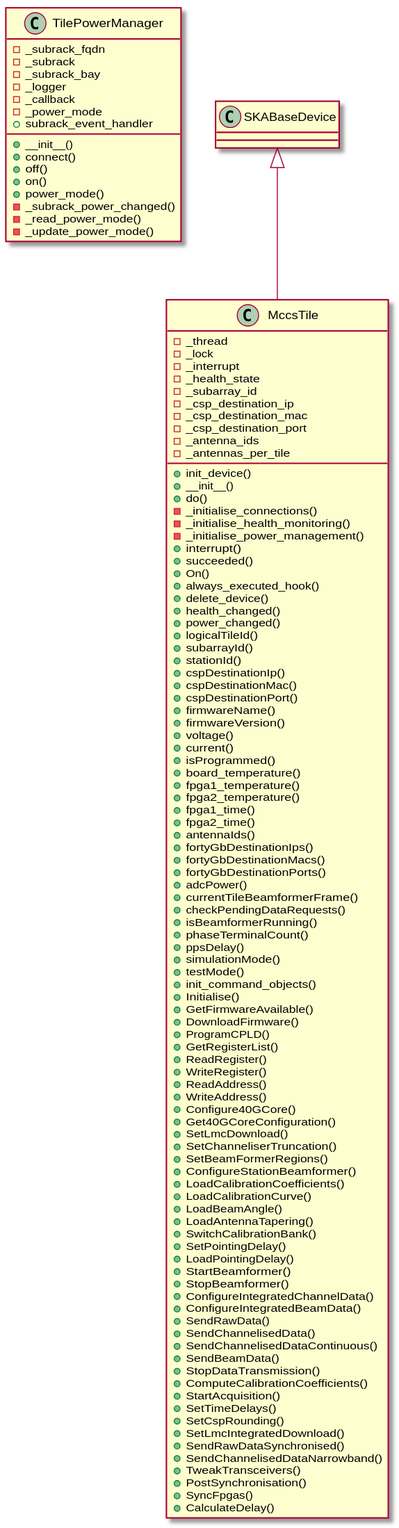
This is docs/source/api/tile_device_class_diagram.svg from ska-telescope/ska-low-mccs-spshw, a PlantUML export, as it was before one commit. Source of this version:
```plantuml
@startuml
class TilePowerManager
TilePowerManager : +__init__()
TilePowerManager : +connect()
TilePowerManager : +off()
TilePowerManager : +on()
TilePowerManager : +power_mode()
TilePowerManager : -_subrack_power_changed()
TilePowerManager : -_read_power_mode()
TilePowerManager : -_update_power_mode()
class MccsTile
MccsTile : +init_device()
MccsTile : +__init__()
MccsTile : +do()
MccsTile : -_initialise_connections()
MccsTile : -_initialise_health_monitoring()
MccsTile : -_initialise_power_management()
MccsTile : +interrupt()
MccsTile : +succeeded()
MccsTile : +On()
MccsTile : +always_executed_hook()
MccsTile : +delete_device()
MccsTile : +health_changed()
MccsTile : +power_changed()
MccsTile : +logicalTileId()
MccsTile : +subarrayId()
MccsTile : +stationId()
MccsTile : +cspDestinationIp()
MccsTile : +cspDestinationMac()
MccsTile : +cspDestinationPort()
MccsTile : +firmwareName()
MccsTile : +firmwareVersion()
MccsTile : +voltage()
MccsTile : +current()
MccsTile : +isProgrammed()
MccsTile : +board_temperature()
MccsTile : +fpga1_temperature()
MccsTile : +fpga2_temperature()
MccsTile : +fpga1_time()
MccsTile : +fpga2_time()
MccsTile : +antennaIds()
MccsTile : +fortyGbDestinationIps()
MccsTile : +fortyGbDestinationMacs()
MccsTile : +fortyGbDestinationPorts()
MccsTile : +adcPower()
MccsTile : +currentTileBeamformerFrame()
MccsTile : +checkPendingDataRequests()
MccsTile : +isBeamformerRunning()
MccsTile : +phaseTerminalCount()
MccsTile : +ppsDelay()
MccsTile : +simulationMode()
MccsTile : +testMode()
MccsTile : +init_command_objects()
MccsTile : +Initialise()
MccsTile : +GetFirmwareAvailable()
MccsTile : +DownloadFirmware()
MccsTile : +ProgramCPLD()
MccsTile : +GetRegisterList()
MccsTile : +ReadRegister()
MccsTile : +WriteRegister()
MccsTile : +ReadAddress()
MccsTile : +WriteAddress()
MccsTile : +Configure40GCore()
MccsTile : +Get40GCoreConfiguration()
MccsTile : +SetLmcDownload()
MccsTile : +SetChanneliserTruncation()
MccsTile : +SetBeamFormerRegions()
MccsTile : +ConfigureStationBeamformer()
MccsTile : +LoadCalibrationCoefficients()
MccsTile : +LoadCalibrationCurve()
MccsTile : +LoadBeamAngle()
MccsTile : +LoadAntennaTapering()
MccsTile : +SwitchCalibrationBank()
MccsTile : +SetPointingDelay()
MccsTile : +LoadPointingDelay()
MccsTile : +StartBeamformer()
MccsTile : +StopBeamformer()
MccsTile : +ConfigureIntegratedChannelData()
MccsTile : +ConfigureIntegratedBeamData()
MccsTile : +SendRawData()
MccsTile : +SendChannelisedData()
MccsTile : +SendChannelisedDataContinuous()
MccsTile : +SendBeamData()
MccsTile : +StopDataTransmission()
MccsTile : +ComputeCalibrationCoefficients()
MccsTile : +StartAcquisition()
MccsTile : +SetTimeDelays()
MccsTile : +SetCspRounding()
MccsTile : +SetLmcIntegratedDownload()
MccsTile : +SendRawDataSynchronised()
MccsTile : +SendChannelisedDataNarrowband()
MccsTile : +TweakTransceivers()
MccsTile : +PostSynchronisation()
MccsTile : +SyncFpgas()
MccsTile : +CalculateDelay()
TilePowerManager : -_subrack_fqdn
TilePowerManager : -_subrack
TilePowerManager : -_subrack_bay
TilePowerManager : -_logger
TilePowerManager : -_callback
TilePowerManager : -_power_mode
TilePowerManager : +subrack_event_handler
MccsTile : -_thread
MccsTile : -_lock
MccsTile : -_interrupt
MccsTile : -_health_state
MccsTile : -_subarray_id
MccsTile : -_csp_destination_ip
MccsTile : -_csp_destination_mac
MccsTile : -_csp_destination_port
MccsTile : -_antenna_ids
MccsTile : -_antennas_per_tile

SKABaseDevice <|-- MccsTile
@enduml
```
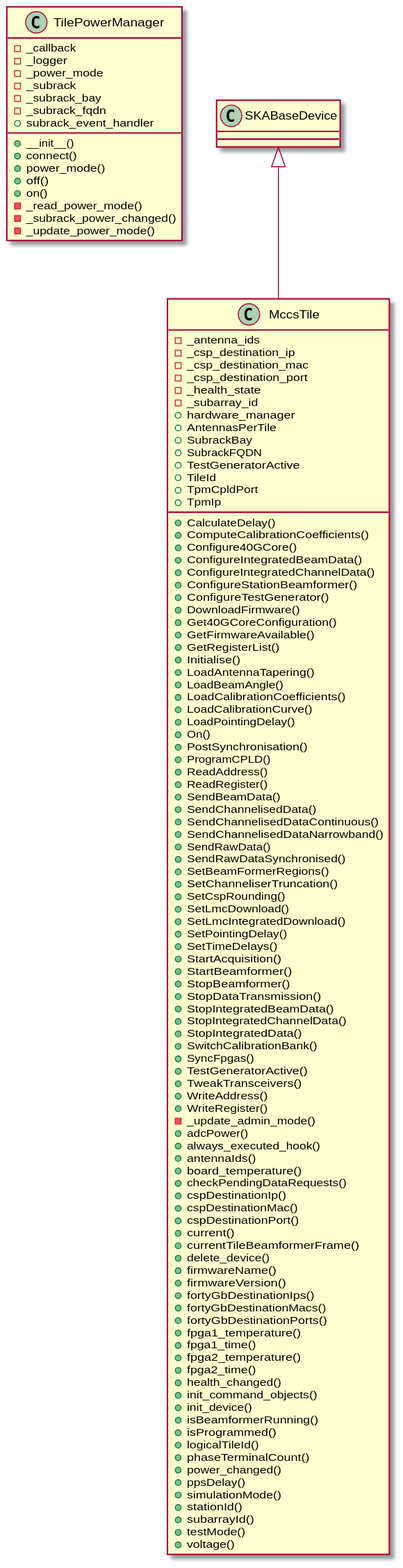
Later version of the same file.

Commit message:
[Mccs-422] Updated the uml diagram for tile_device and subrack_device

Change to the diagram source:
```diff
@@ -1,115 +1,125 @@
 @startuml
-class TilePowerManager
-TilePowerManager : +__init__()
-TilePowerManager : +connect()
-TilePowerManager : +off()
-TilePowerManager : +on()
-TilePowerManager : +power_mode()
-TilePowerManager : -_subrack_power_changed()
-TilePowerManager : -_read_power_mode()
-TilePowerManager : -_update_power_mode()
-class MccsTile
-MccsTile : +init_device()
-MccsTile : +__init__()
-MccsTile : +do()
-MccsTile : -_initialise_connections()
-MccsTile : -_initialise_health_monitoring()
-MccsTile : -_initialise_power_management()
-MccsTile : +interrupt()
-MccsTile : +succeeded()
-MccsTile : +On()
-MccsTile : +always_executed_hook()
-MccsTile : +delete_device()
-MccsTile : +health_changed()
-MccsTile : +power_changed()
-MccsTile : +logicalTileId()
-MccsTile : +subarrayId()
-MccsTile : +stationId()
-MccsTile : +cspDestinationIp()
-MccsTile : +cspDestinationMac()
-MccsTile : +cspDestinationPort()
-MccsTile : +firmwareName()
-MccsTile : +firmwareVersion()
-MccsTile : +voltage()
-MccsTile : +current()
-MccsTile : +isProgrammed()
-MccsTile : +board_temperature()
-MccsTile : +fpga1_temperature()
-MccsTile : +fpga2_temperature()
-MccsTile : +fpga1_time()
-MccsTile : +fpga2_time()
-MccsTile : +antennaIds()
-MccsTile : +fortyGbDestinationIps()
-MccsTile : +fortyGbDestinationMacs()
-MccsTile : +fortyGbDestinationPorts()
-MccsTile : +adcPower()
-MccsTile : +currentTileBeamformerFrame()
-MccsTile : +checkPendingDataRequests()
-MccsTile : +isBeamformerRunning()
-MccsTile : +phaseTerminalCount()
-MccsTile : +ppsDelay()
-MccsTile : +simulationMode()
-MccsTile : +testMode()
-MccsTile : +init_command_objects()
-MccsTile : +Initialise()
-MccsTile : +GetFirmwareAvailable()
-MccsTile : +DownloadFirmware()
-MccsTile : +ProgramCPLD()
-MccsTile : +GetRegisterList()
-MccsTile : +ReadRegister()
-MccsTile : +WriteRegister()
-MccsTile : +ReadAddress()
-MccsTile : +WriteAddress()
-MccsTile : +Configure40GCore()
-MccsTile : +Get40GCoreConfiguration()
-MccsTile : +SetLmcDownload()
-MccsTile : +SetChanneliserTruncation()
-MccsTile : +SetBeamFormerRegions()
-MccsTile : +ConfigureStationBeamformer()
-MccsTile : +LoadCalibrationCoefficients()
-MccsTile : +LoadCalibrationCurve()
-MccsTile : +LoadBeamAngle()
-MccsTile : +LoadAntennaTapering()
-MccsTile : +SwitchCalibrationBank()
-MccsTile : +SetPointingDelay()
-MccsTile : +LoadPointingDelay()
-MccsTile : +StartBeamformer()
-MccsTile : +StopBeamformer()
-MccsTile : +ConfigureIntegratedChannelData()
-MccsTile : +ConfigureIntegratedBeamData()
-MccsTile : +SendRawData()
-MccsTile : +SendChannelisedData()
-MccsTile : +SendChannelisedDataContinuous()
-MccsTile : +SendBeamData()
-MccsTile : +StopDataTransmission()
-MccsTile : +ComputeCalibrationCoefficients()
-MccsTile : +StartAcquisition()
-MccsTile : +SetTimeDelays()
-MccsTile : +SetCspRounding()
-MccsTile : +SetLmcIntegratedDownload()
-MccsTile : +SendRawDataSynchronised()
-MccsTile : +SendChannelisedDataNarrowband()
-MccsTile : +TweakTransceivers()
-MccsTile : +PostSynchronisation()
-MccsTile : +SyncFpgas()
-MccsTile : +CalculateDelay()
-TilePowerManager : -_subrack_fqdn
-TilePowerManager : -_subrack
-TilePowerManager : -_subrack_bay
-TilePowerManager : -_logger
-TilePowerManager : -_callback
-TilePowerManager : -_power_mode
-TilePowerManager : +subrack_event_handler
-MccsTile : -_thread
-MccsTile : -_lock
-MccsTile : -_interrupt
-MccsTile : -_health_state
-MccsTile : -_subarray_id
-MccsTile : -_csp_destination_ip
-MccsTile : -_csp_destination_mac
-MccsTile : -_csp_destination_port
-MccsTile : -_antenna_ids
-MccsTile : -_antennas_per_tile
+class TilePowerManager {
+  -_callback
+  -_logger
+  -_power_mode
+  -_subrack
+  -_subrack_bay
+  -_subrack_fqdn
+  +subrack_event_handler
+  +__init__()
+  +connect()
+  +power_mode()
+  +off()
+  +on()
+  -_read_power_mode()
+  -_subrack_power_changed()
+  -_update_power_mode()
+}
 
-SKABaseDevice <|-- MccsTile
+class MccsTile {
+
+  -_antenna_ids
+  -_csp_destination_ip
+  -_csp_destination_mac
+  -_csp_destination_port
+  -_health_state
+  -_subarray_id
+  +hardware_manager
+  +AntennasPerTile
+  +SubrackBay
+  +SubrackFQDN
+  +TestGeneratorActive
+  +TileId
+  +TpmCpldPort
+  +TpmIp
+  +CalculateDelay()
+  +ComputeCalibrationCoefficients()
+  +Configure40GCore()
+  +ConfigureIntegratedBeamData()
+  +ConfigureIntegratedChannelData()
+  +ConfigureStationBeamformer()
+  +ConfigureTestGenerator()
+  +DownloadFirmware()
+  +Get40GCoreConfiguration()
+  +GetFirmwareAvailable()
+  +GetRegisterList()
+  +Initialise()
+  +LoadAntennaTapering()
+  +LoadBeamAngle()
+  +LoadCalibrationCoefficients()
+  +LoadCalibrationCurve()
+  +LoadPointingDelay()
+  +On()
+  +PostSynchronisation()
+  +ProgramCPLD()
+  +ReadAddress()
+  +ReadRegister()
+  +SendBeamData()
+  +SendChannelisedData()
+  +SendChannelisedDataContinuous()
+  +SendChannelisedDataNarrowband()
+  +SendRawData()
+  +SendRawDataSynchronised()
+  +SetBeamFormerRegions()
+  +SetChanneliserTruncation()
+  +SetCspRounding()
+  +SetLmcDownload()
+  +SetLmcIntegratedDownload()
+  +SetPointingDelay()
+  +SetTimeDelays()
+  +StartAcquisition()
+  +StartBeamformer()
+  +StopBeamformer()
+  +StopDataTransmission()
+  +StopIntegratedBeamData()
+  +StopIntegratedChannelData()
+  +StopIntegratedData()
+  +SwitchCalibrationBank()
+  +SyncFpgas()
+  +TestGeneratorActive()
+  +TweakTransceivers()
+  +WriteAddress()
+  +WriteRegister()
+  -_update_admin_mode()
+  +adcPower()
+  +always_executed_hook()
+  +antennaIds()
+  +board_temperature()
+  +checkPendingDataRequests()
+  +cspDestinationIp()
+  +cspDestinationMac()
+  +cspDestinationPort()
+  +current()
+  +currentTileBeamformerFrame()
+  +delete_device()
+  +firmwareName()
+  +firmwareVersion()
+  +fortyGbDestinationIps()
+  +fortyGbDestinationMacs()
+  +fortyGbDestinationPorts()
+  +fpga1_temperature()
+  +fpga1_time()
+  +fpga2_temperature()
+  +fpga2_time()
+  +health_changed()
+  +init_command_objects()
+  +init_device()
+  +isBeamformerRunning()
+  +isProgrammed()
+  +logicalTileId()
+  +phaseTerminalCount()
+  +power_changed()
+  +ppsDelay()
+  +simulationMode()
+  +stationId()
+  +subarrayId()
+  +testMode()
+  +voltage()
+}
+
+class SKABaseDevice {
+}
+
+ SKABaseDevice <|-- MccsTile
 @enduml
```
